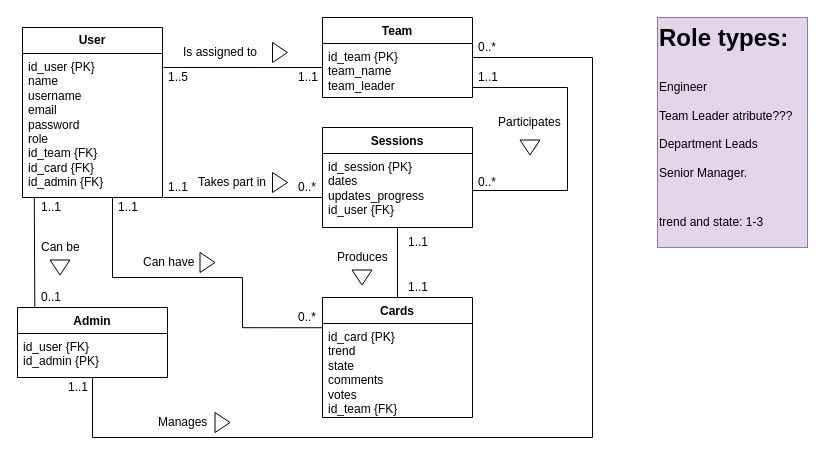
Earlier version of the draw.io diagram ERD.drawio (frajdzia/HealthCheck). Source tidied: cells renumbered, new cells numbered last; positions are measured from the earlier drawing's top-left corner, leaving out a move shared by most shapes. Both pictures are drawn from the tidied source at 100%, with x=0, y=0 at pixel (17, 17).
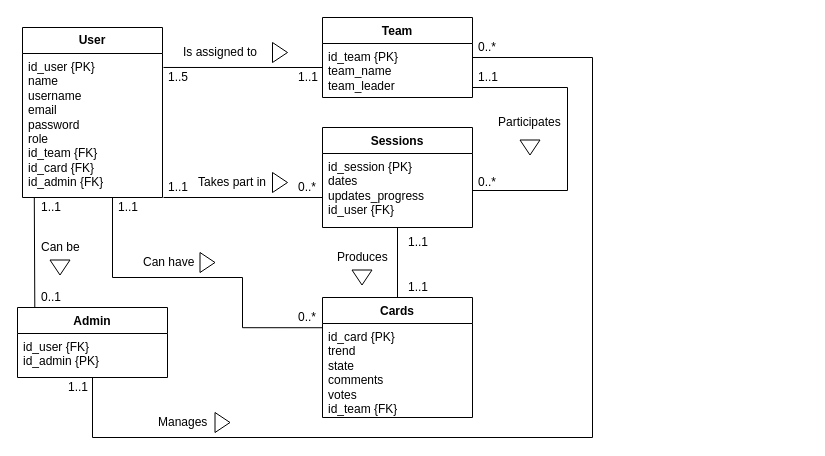
The same page after the edit.

The edit, as a diff of the source:
```diff
@@
-    <mxCell id="33" value="&lt;h1 style=&quot;margin-top: 0px;&quot;&gt;&lt;span style=&quot;background-color: transparent; color: light-dark(rgb(0, 0, 0), rgb(255, 255, 255));&quot;&gt;Role types:&lt;/span&gt;&lt;/h1&gt;&lt;h1 style=&quot;margin-top: 0px;&quot;&gt;&lt;span style=&quot;background-color: transparent; color: light-dark(rgb(0, 0, 0), rgb(255, 255, 255)); font-size: 12px; font-weight: normal;&quot;&gt;Engineer&lt;br&gt;&lt;/span&gt;&lt;span style=&quot;background-color: transparent; color: light-dark(rgb(0, 0, 0), rgb(255, 255, 255)); font-size: 12px; font-weight: normal;&quot;&gt;Team Leader atribute???&lt;br&gt;Department Leads&lt;br&gt;Senior Manager.&lt;/span&gt;&lt;/h1&gt;&lt;div&gt;&lt;span style=&quot;background-color: transparent; color: light-dark(rgb(0, 0, 0), rgb(255, 255, 255)); font-size: 12px; font-weight: normal;&quot;&gt;&lt;br&gt;&lt;/span&gt;&lt;/div&gt;&lt;div&gt;&lt;span style=&quot;background-color: transparent; color: light-dark(rgb(0, 0, 0), rgb(255, 255, 255)); font-size: 12px; font-weight: normal;&quot;&gt;trend and state: 1-3&lt;/span&gt;&lt;/div&gt;" style="text;html=1;whiteSpace=wrap;overflow=hidden;rounded=0;fillColor=#e1d5e7;strokeColor=#9673a6;" parent="1" vertex="1">
-      <mxGeometry x="640" width="150" height="230" as="geometry" />
-    </mxCell>
```
